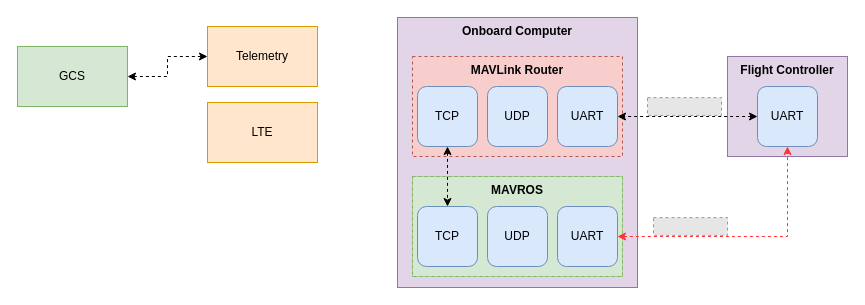
RoboDD/my-flow-chart keeps this draw.io diagram as px4_unified_com.drawio. Above is the earlier version. Source tidied: cells renumbered, new cells numbered last; positions are measured from the earlier drawing's top-left corner, leaving out a move shared by most shapes. Both pictures are drawn from the tidied source at 100%, with x=0, y=0 at pixel (17, 17). Pictures stored in the file or linked from it are replaced by grey dashed boxes.
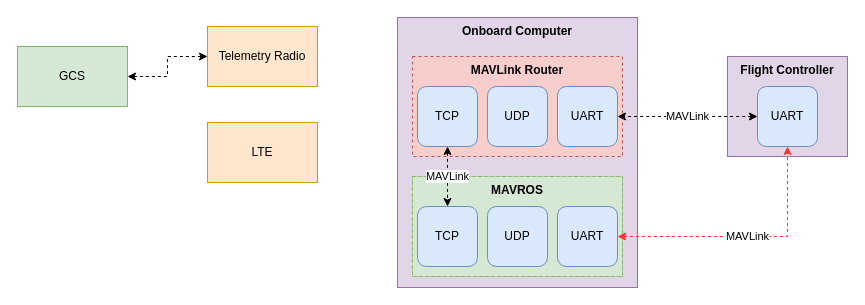
The same diagram, later.

Unchanged cells that the change refers to:
```xml
<mxCell id="11" value="TCP" style="rounded=1;whiteSpace=wrap;html=1;fillColor=#dae8fc;strokeColor=#6c8ebf;" parent="9" vertex="1">
  <mxGeometry x="5" y="30" width="60" height="60" as="geometry" />
</mxCell>
<mxCell id="13" value="UART" style="rounded=1;whiteSpace=wrap;html=1;fillColor=#dae8fc;strokeColor=#6c8ebf;" parent="9" vertex="1">
  <mxGeometry x="145" y="30" width="60" height="60" as="geometry" />
</mxCell>
<mxCell id="16" value="TCP" style="rounded=1;whiteSpace=wrap;html=1;fillColor=#dae8fc;strokeColor=#6c8ebf;" parent="1" vertex="1">
  <mxGeometry x="400" y="189" width="60" height="60" as="geometry" />
</mxCell>
<mxCell id="19" value="UART" style="rounded=1;whiteSpace=wrap;html=1;fillColor=#dae8fc;strokeColor=#6c8ebf;" parent="1" vertex="1">
  <mxGeometry x="540" y="189" width="60" height="60" as="geometry" />
</mxCell>
<mxCell id="22" value="UART" style="rounded=1;whiteSpace=wrap;html=1;fillColor=#dae8fc;strokeColor=#6c8ebf;" parent="1" vertex="1">
  <mxGeometry x="740" y="69" width="60" height="60" as="geometry" />
</mxCell>
```

The edit, as a diff of the source:
```diff
@@
-    <mxCell id="4" style="fillColor=#E6E6E6;strokeColor=#999999;dashed=1;verticalLabelPosition=bottom;labelBackgroundColor=#ffffff;verticalAlign=top;" parent="1" vertex="1">
-      <mxGeometry x="630" y="80.1" width="74" height="17.8" as="geometry" />
-    </mxCell>
-    <mxCell id="5" value="Telemetry" style="rounded=0;whiteSpace=wrap;html=1;fillColor=#ffe6cc;strokeColor=#d79b00;" parent="1" vertex="1">
+    <mxCell id="5" value="Telemetry Radio" style="rounded=0;whiteSpace=wrap;html=1;fillColor=#ffe6cc;strokeColor=#d79b00;" parent="1" vertex="1">
       <mxGeometry x="190" y="9" width="110" height="60" as="geometry" />
     </mxCell>
@@
     <mxCell id="7" value="LTE" style="rounded=0;whiteSpace=wrap;html=1;fillColor=#ffe6cc;strokeColor=#d79b00;" parent="1" vertex="1">
-      <mxGeometry x="190" y="85" width="110" height="60" as="geometry" />
+      <mxGeometry x="190" y="105" width="110" height="60" as="geometry" />
     </mxCell>
@@
-    <mxCell id="18" style="edgeStyle=orthogonalEdgeStyle;rounded=0;jettySize=auto;html=1;exitX=1;exitY=0.5;exitDx=0;exitDy=0;entryX=0.5;entryY=1;entryDx=0;entryDy=0;dashed=1;startArrow=classic;startFill=1;shadow=0;sketch=0;jumpStyle=arc;strokeColor=#FF3333;" parent="1" edge="1" source="19" target="22">
+    <mxCell id="18" value="MAVLink" style="edgeStyle=orthogonalEdgeStyle;rounded=0;jettySize=auto;html=1;exitX=1;exitY=0.5;exitDx=0;exitDy=0;entryX=0.5;entryY=1;entryDx=0;entryDy=0;dashed=1;startArrow=classic;startFill=1;shadow=0;sketch=0;jumpStyle=arc;strokeColor=#FF3333;" parent="1" edge="1" source="19" target="22">
       <mxGeometry relative="1" as="geometry" />
     </mxCell>
@@
-    <mxCell id="20" style="edgeStyle=orthogonalEdgeStyle;rounded=0;jettySize=auto;html=1;exitX=0.5;exitY=1;exitDx=0;exitDy=0;entryX=0.5;entryY=0;entryDx=0;entryDy=0;dashed=1;startArrow=classic;startFill=1;" parent="1" edge="1" source="11" target="16">
+    <mxCell id="20" value="MAVLink" style="edgeStyle=orthogonalEdgeStyle;rounded=0;jettySize=auto;html=1;exitX=0.5;exitY=1;exitDx=0;exitDy=0;entryX=0.5;entryY=0;entryDx=0;entryDy=0;dashed=1;startArrow=classic;startFill=1;" parent="1" edge="1" source="11" target="16">
       <mxGeometry relative="1" as="geometry" />
     </mxCell>
-    <mxCell id="21" style="edgeStyle=orthogonalEdgeStyle;rounded=0;jettySize=auto;html=1;exitX=0;exitY=0.5;exitDx=0;exitDy=0;entryX=1;entryY=0.5;entryDx=0;entryDy=0;dashed=1;startArrow=classic;startFill=1;" parent="1" edge="1" source="22" target="13">
+    <mxCell id="21" value="MAVLink" style="edgeStyle=orthogonalEdgeStyle;rounded=0;jettySize=auto;html=1;exitX=0;exitY=0.5;exitDx=0;exitDy=0;entryX=1;entryY=0.5;entryDx=0;entryDy=0;dashed=1;startArrow=classic;startFill=1;" parent="1" edge="1" source="22" target="13">
       <mxGeometry relative="1" as="geometry" />
     </mxCell>
@@
-    <mxCell id="23" style="fillColor=#E6E6E6;strokeColor=#999999;dashed=1;verticalLabelPosition=bottom;labelBackgroundColor=#ffffff;verticalAlign=top;" parent="1" vertex="1">
-      <mxGeometry x="636" y="200.1" width="74" height="17.8" as="geometry" />
-    </mxCell>
```
